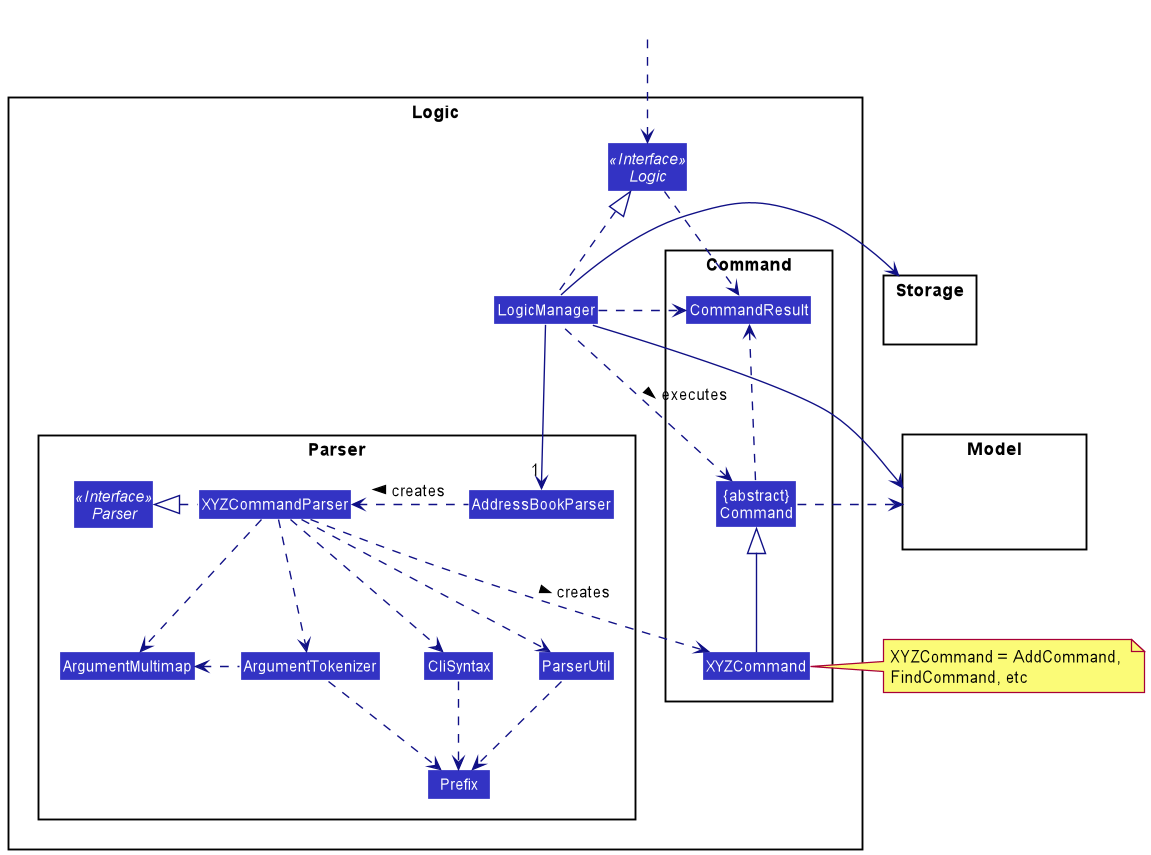
The PlantUML diagram docs/images/LogicClassDiagram.png in nus-cs2103-AY2425S1/tp, before a commit. The source it was exported from:
```plantuml
@startuml
!include style.puml
skinparam arrowThickness 1.1
skinparam arrowColor LOGIC_COLOR_T4
skinparam classBackgroundColor LOGIC_COLOR

package Logic {

package Parser {
Interface Parser <<Interface>>
Class AddressBookParser
Class XYZCommandParser
Class CliSyntax
Class ParserUtil
Class ArgumentMultimap
Class ArgumentTokenizer
Class Prefix
}

package Command {
Class XYZCommand
Class CommandResult
Class "{abstract}\nCommand" as Command
}

Interface Logic <<Interface>>
Class LogicManager
}

package Model{
Class HiddenModel #FFFFFF
}

package Storage{
Class HiddenModel #FFFFFF
}

Class HiddenOutside #FFFFFF
HiddenOutside ..> Logic

LogicManager .up.|> Logic
LogicManager -->"1" AddressBookParser
AddressBookParser .left.> XYZCommandParser: creates >

XYZCommandParser ..> XYZCommand : creates >
XYZCommandParser .left.|> Parser
XYZCommandParser ..> ArgumentMultimap
XYZCommandParser ..> ArgumentTokenizer
ArgumentTokenizer .left.> ArgumentMultimap
XYZCommandParser ..> CliSyntax
CliSyntax ..> Prefix
XYZCommandParser ..> ParserUtil
ParserUtil .down.> Prefix
ArgumentTokenizer .down.> Prefix
XYZCommand -up-|> Command
LogicManager .left.> Command : executes >

LogicManager --> Model
LogicManager --> Storage
Storage --[hidden] Model
Command .[hidden]up.> Storage
Command .right.> Model
note right of XYZCommand: XYZCommand = AddCommand, \nFindCommand, etc

Logic ..> CommandResult
LogicManager .down.> CommandResult
Command .up.> CommandResult
CommandResult -[hidden]-> Parser
@enduml
```
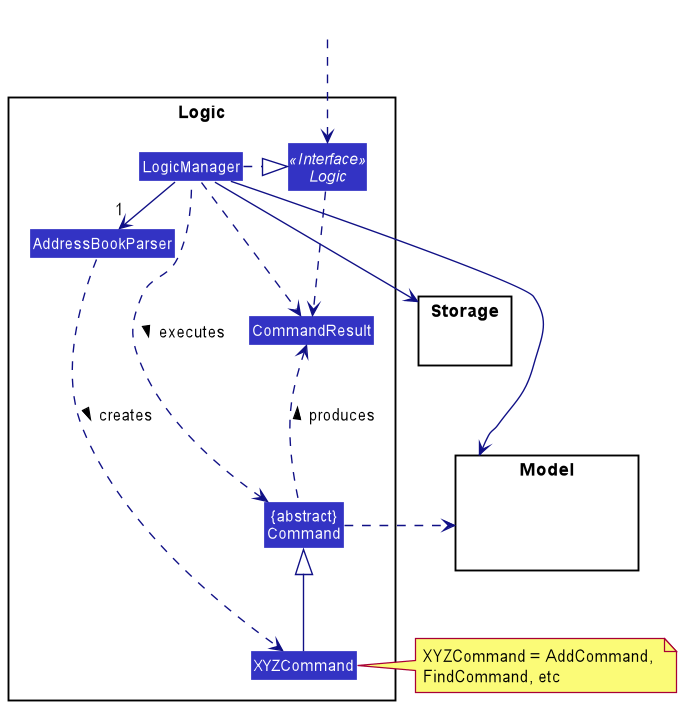
After the commit.

Commit message:
DG: Tweak the 'Logic component' section

The edit, as a diff of the source:
```diff
@@ -6,22 +6,11 @@
 
 package Logic {
 
-package Parser {
-Interface Parser <<Interface>>
 Class AddressBookParser
-Class XYZCommandParser
-Class CliSyntax
-Class ParserUtil
-Class ArgumentMultimap
-Class ArgumentTokenizer
-Class Prefix
-}
-
-package Command {
 Class XYZCommand
 Class CommandResult
 Class "{abstract}\nCommand" as Command
-}
+
 
 Interface Logic <<Interface>>
 Class LogicManager
@@ -32,26 +21,15 @@
 }
 
 package Storage{
-Class HiddenModel #FFFFFF
 }
 
 Class HiddenOutside #FFFFFF
 HiddenOutside ..> Logic
 
-LogicManager .up.|> Logic
-LogicManager -->"1" AddressBookParser
-AddressBookParser .left.> XYZCommandParser: creates >
+LogicManager .right.|> Logic
+LogicManager -right->"1" AddressBookParser
+AddressBookParser ..> XYZCommand : creates >
 
-XYZCommandParser ..> XYZCommand : creates >
-XYZCommandParser .left.|> Parser
-XYZCommandParser ..> ArgumentMultimap
-XYZCommandParser ..> ArgumentTokenizer
-ArgumentTokenizer .left.> ArgumentMultimap
-XYZCommandParser ..> CliSyntax
-CliSyntax ..> Prefix
-XYZCommandParser ..> ParserUtil
-ParserUtil .down.> Prefix
-ArgumentTokenizer .down.> Prefix
 XYZCommand -up-|> Command
 LogicManager .left.> Command : executes >
 
@@ -64,6 +42,5 @@
 
 Logic ..> CommandResult
 LogicManager .down.> CommandResult
-Command .up.> CommandResult
-CommandResult -[hidden]-> Parser
+Command .up.> CommandResult : produces >
 @enduml
```
